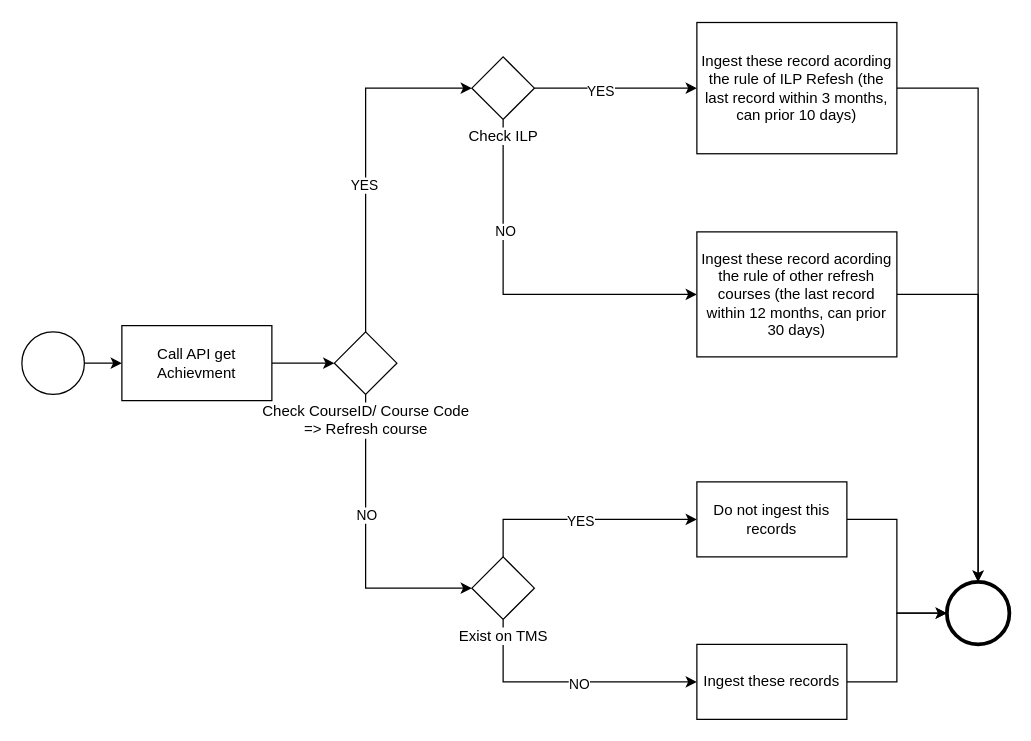
thanhluandhsp/litmos keeps this draw.io diagram as page "Draft" (1 of 2) of Untitled Diagram.drawio. Above is the earlier version. Source tidied: cells renumbered, new cells numbered last; positions are measured from the earlier drawing's top-left corner, leaving out a move shared by most shapes. Both pictures are drawn from the tidied source at 125%, with x=0, y=0 at pixel (21, 21).
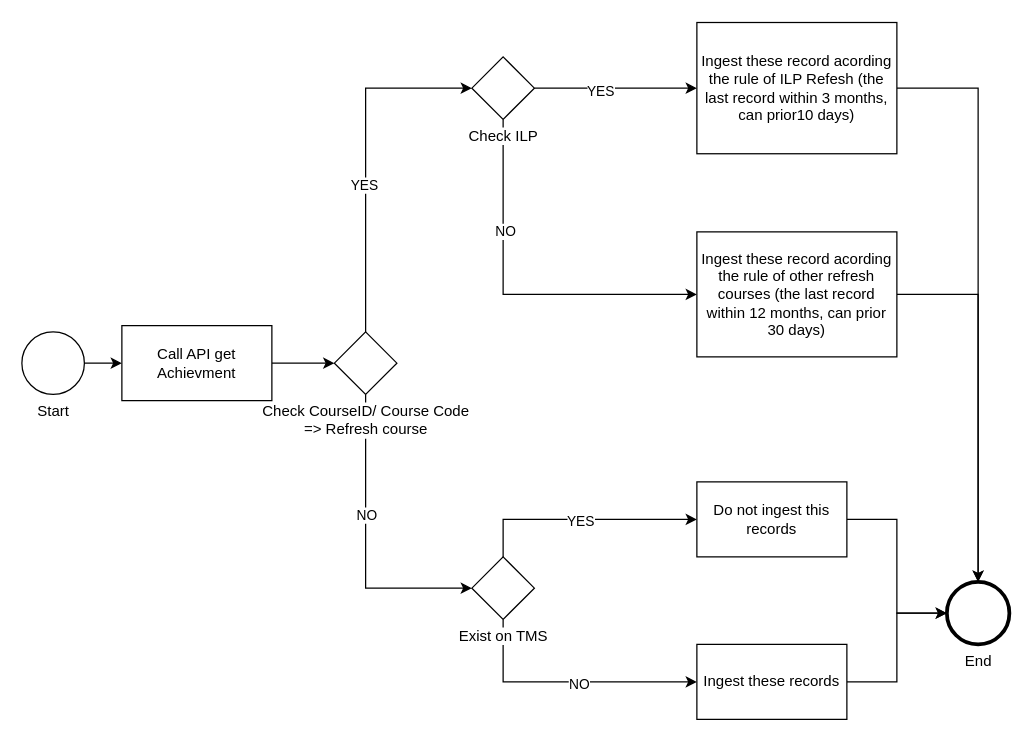
The same diagram, later.

The edit, as a diff of the source:
```diff
@@
-    <mxCell id="3" style="points=[[0.145,0.145,0],[0.5,0,0],[0.855,0.145,0],[1,0.5,0],[0.855,0.855,0],[0.5,1,0],[0.145,0.855,0],[0,0.5,0]];shape=mxgraph.bpmn.event;html=1;verticalLabelPosition=bottom;labelBackgroundColor=#ffffff;verticalAlign=top;align=center;perimeter=ellipsePerimeter;outlineConnect=0;outline=standard;symbol=general;" parent="1" vertex="1">
+    <mxCell id="3" value="Start" style="points=[[0.145,0.145,0],[0.5,0,0],[0.855,0.145,0],[1,0.5,0],[0.855,0.855,0],[0.5,1,0],[0.145,0.855,0],[0,0.5,0]];shape=mxgraph.bpmn.event;html=1;verticalLabelPosition=bottom;labelBackgroundColor=#ffffff;verticalAlign=top;align=center;perimeter=ellipsePerimeter;outlineConnect=0;outline=standard;symbol=general;" parent="1" vertex="1">
       <mxGeometry y="248" width="50" height="50" as="geometry" />
     </mxCell>
@@
-    <mxCell id="22" value="Ingest these record acording the rule of ILP Refesh (the last record within 3 months, can prior 10 days)" style="rounded=0;whiteSpace=wrap;html=1;" parent="1" vertex="1">
+    <mxCell id="22" value="Ingest these record acording the rule of ILP Refesh (the last record within 3 months, can prior10 days)" style="rounded=0;whiteSpace=wrap;html=1;" parent="1" vertex="1">
       <mxGeometry x="540" y="0.5" width="160" height="105" as="geometry" />
     </mxCell>
@@
-    <mxCell id="29" style="points=[[0.145,0.145,0],[0.5,0,0],[0.855,0.145,0],[1,0.5,0],[0.855,0.855,0],[0.5,1,0],[0.145,0.855,0],[0,0.5,0]];shape=mxgraph.bpmn.event;html=1;verticalLabelPosition=bottom;labelBackgroundColor=#ffffff;verticalAlign=top;align=center;perimeter=ellipsePerimeter;outlineConnect=0;outline=end;symbol=terminate2;" parent="1" vertex="1">
+    <mxCell id="29" value="End" style="points=[[0.145,0.145,0],[0.5,0,0],[0.855,0.145,0],[1,0.5,0],[0.855,0.855,0],[0.5,1,0],[0.145,0.855,0],[0,0.5,0]];shape=mxgraph.bpmn.event;html=1;verticalLabelPosition=bottom;labelBackgroundColor=#ffffff;verticalAlign=top;align=center;perimeter=ellipsePerimeter;outlineConnect=0;outline=end;symbol=terminate2;" parent="1" vertex="1">
       <mxGeometry x="740" y="448" width="50" height="50" as="geometry" />
     </mxCell>
```
